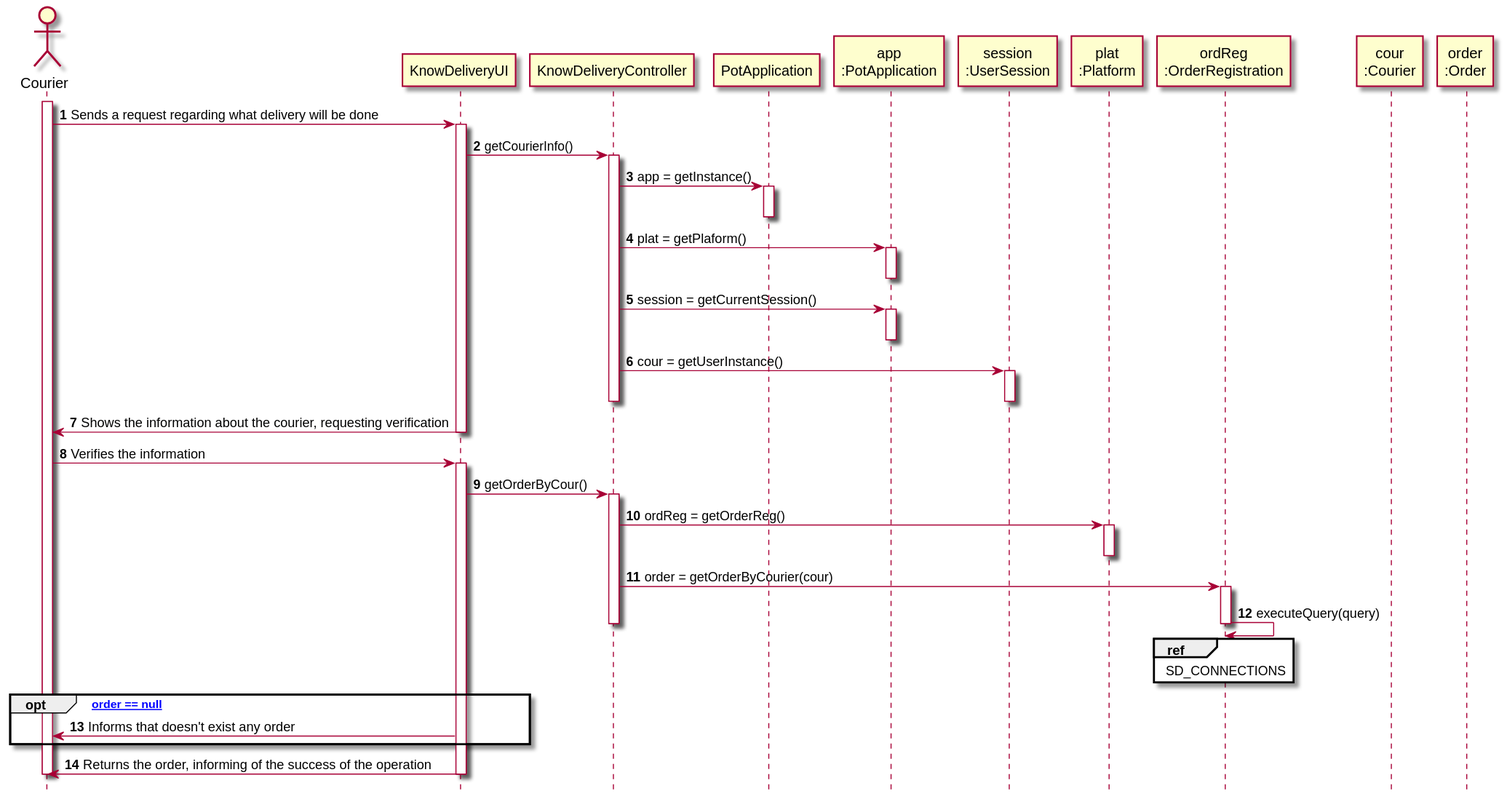
This is docs/Iteration 1/Delivery Management/US48_KnowDelivery/US48_SD.svg from tiagoavcosta25/LAPR3, a PlantUML export, as it was before one commit.
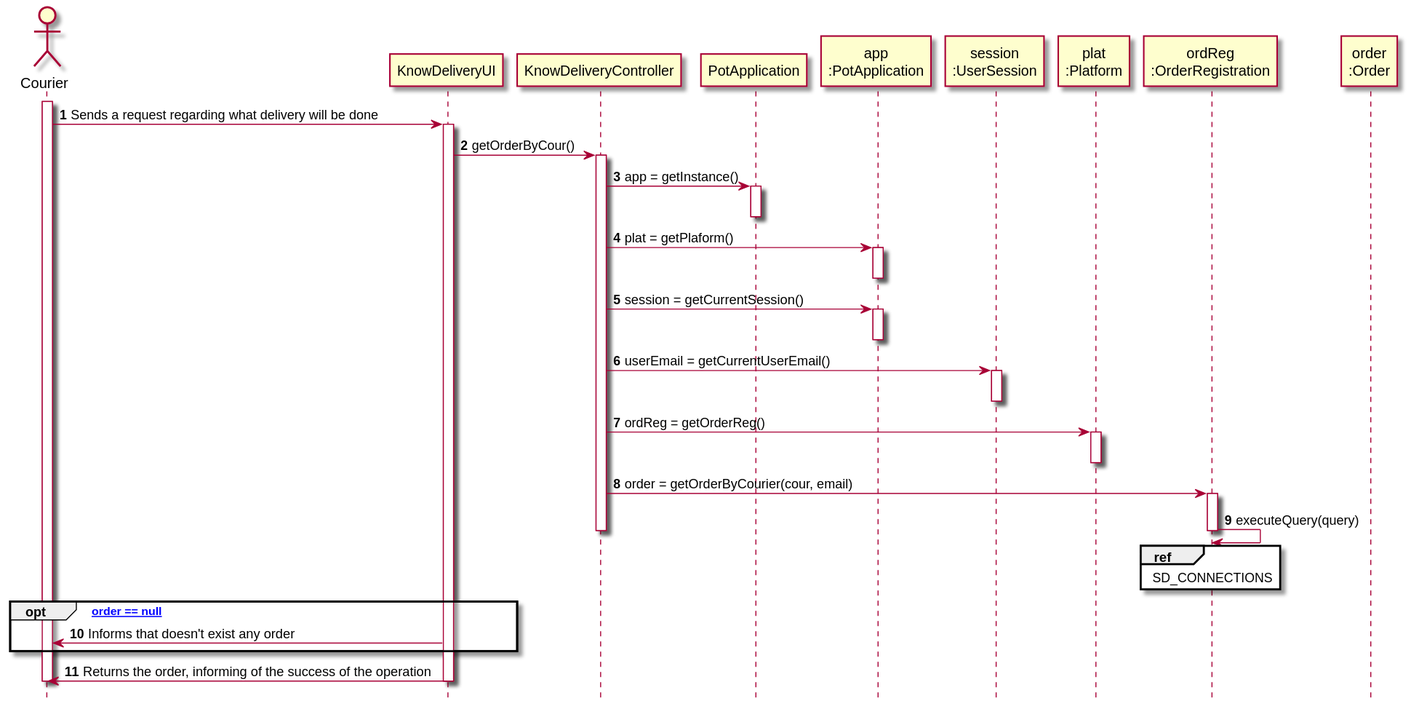
Later version of the same file.

What changed in the source:
```diff
@@ -11,14 +11,14 @@
 participant "session\n:UserSession" as SESSION
 participant "plat\n:Platform" as PLAT
 participant "ordReg\n:OrderRegistration" as ORDREG
-participant "cour\n:Courier" as C
 participant "order\n:Order" as O
 
 activate COUR
 
 COUR -> UI : Sends a request regarding what delivery will be done
+
 activate UI
-UI -> CTRL : getCourierInfo()
+UI -> CTRL : getOrderByCour()
 activate CTRL
 CTRL -> _APP: app = getInstance()
 activate _APP
@@ -32,20 +32,14 @@
 activate APP
 deactivate APP
 
-CTRL -> SESSION: cour = getUserInstance()
+CTRL -> SESSION: userEmail = getCurrentUserEmail()
 activate SESSION
 deactivate SESSION
-deactivate CTRL
-UI -> COUR : Shows the information about the courier, requesting verification
-deactivate UI
-COUR -> UI : Verifies the information
-activate UI
-UI -> CTRL : getOrderByCour()
-activate CTRL
+
 CTRL -> PLAT : ordReg = getOrderReg()
 activate PLAT
 deactivate PLAT
-CTRL -> ORDREG : order = getOrderByCourier(cour)
+CTRL -> ORDREG : order = getOrderByCourier(cour, email)
 activate ORDREG
 ORDREG -> ORDREG : executeQuery(query)
 ref over ORDREG : SD_CONNECTIONS
```
